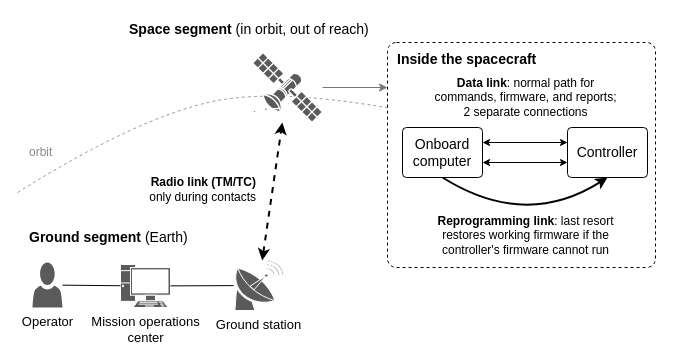
The draw.io diagram docs/conops/fig-segments.drawio in Tocki28/fail-safe-in-orbit-reprogramming, before the edit. Source tidied: cells renumbered, new cells numbered last; positions are measured from the earlier drawing's top-left corner, leaving out a move shared by most shapes. Both pictures are drawn from the tidied source at 100%, with x=0, y=0 at pixel (17, 17).
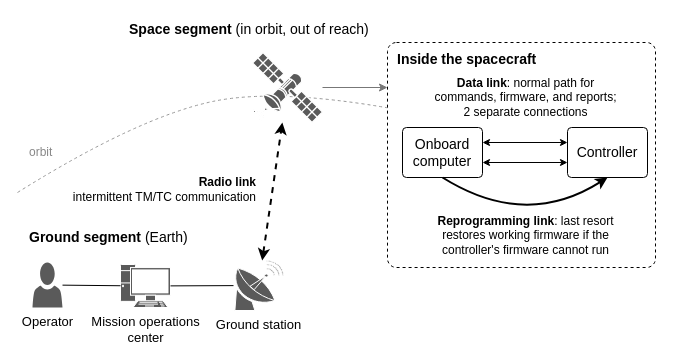
After the change.

Commit message (it also covers changes not shown here):
Figure 1: radio link labelled "intermittent TM/TC communication"

Diff of the diagram source:
```diff
@@
-    <mxCell id="22" value="&lt;b&gt;Radio link (TM/TC)&lt;/b&gt;&lt;br&gt;only during contacts" style="text;html=1;align=right;verticalAlign=middle;fontSize=12;" parent="1" vertex="1">
+    <mxCell id="22" value="&lt;b&gt;Radio link&lt;/b&gt;&lt;br&gt;intermittent TM/TC communication" style="text;html=1;align=right;verticalAlign=middle;fontSize=12;" parent="1" vertex="1">
       <mxGeometry x="70" y="140" width="170" height="64" as="geometry" />
     </mxCell>
```
